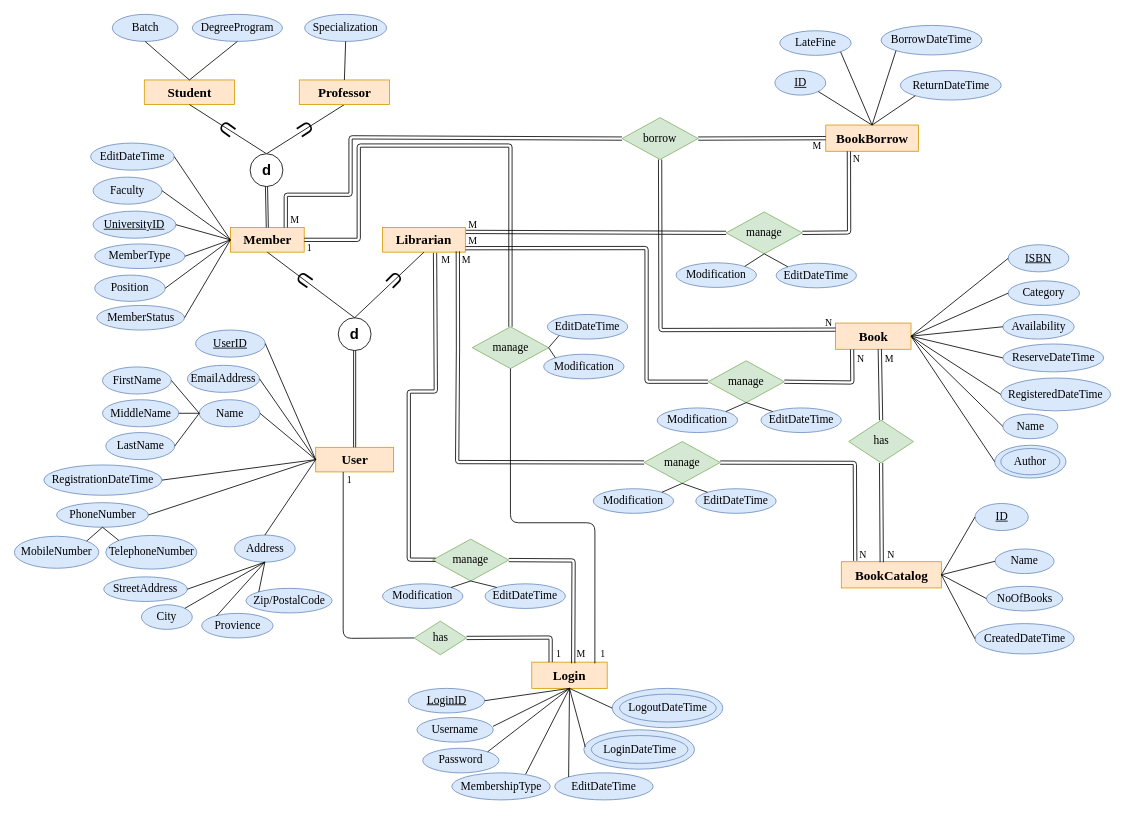
Before: Documentation/Database/1.EERD/lsulibraryDB_EERD.drawio in hvlhasanka/Pearson_HND_Computing_Y1S2-Unit10_Web_Design_and_Development, a draw.io diagram. Source tidied: cells renumbered, new cells numbered last; positions are measured from the earlier drawing's top-left corner, leaving out a move shared by most shapes. Both pictures are drawn from the tidied source at 82%, with x=0, y=0 at pixel (14, 14).
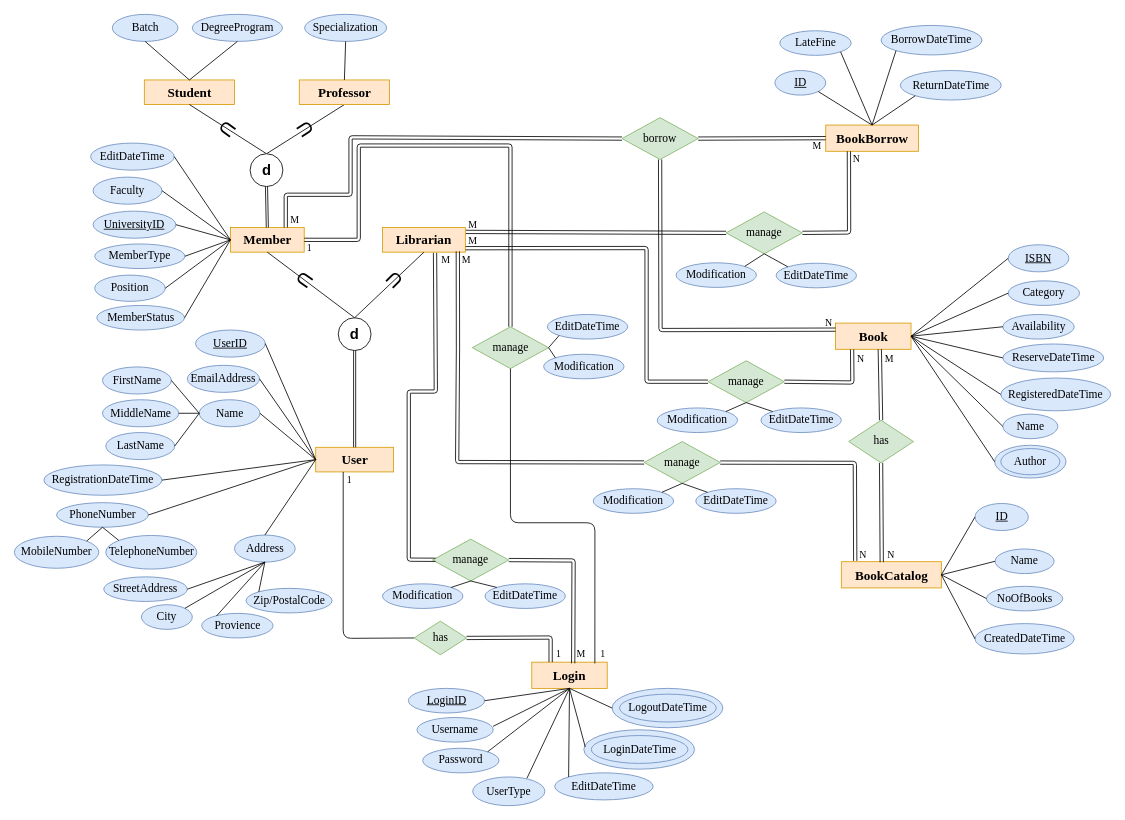
After the change.

Change to the diagram source:
```diff
@@
-    <mxCell id="95" value="MembershipType" style="ellipse;whiteSpace=wrap;html=1;fontFamily=Times New Roman;fontSize=14;fillColor=#dae8fc;strokeColor=#6c8ebf;" parent="1" vertex="1">
-      <mxGeometry x="533.5" y="925" width="120" height="33" as="geometry" />
+    <mxCell id="95" value="UserType" style="ellipse;whiteSpace=wrap;html=1;fontFamily=Times New Roman;fontSize=14;fillColor=#dae8fc;strokeColor=#6c8ebf;" parent="1" vertex="1">
+      <mxGeometry x="559" y="930" width="88" height="35" as="geometry" />
     </mxCell>
```
